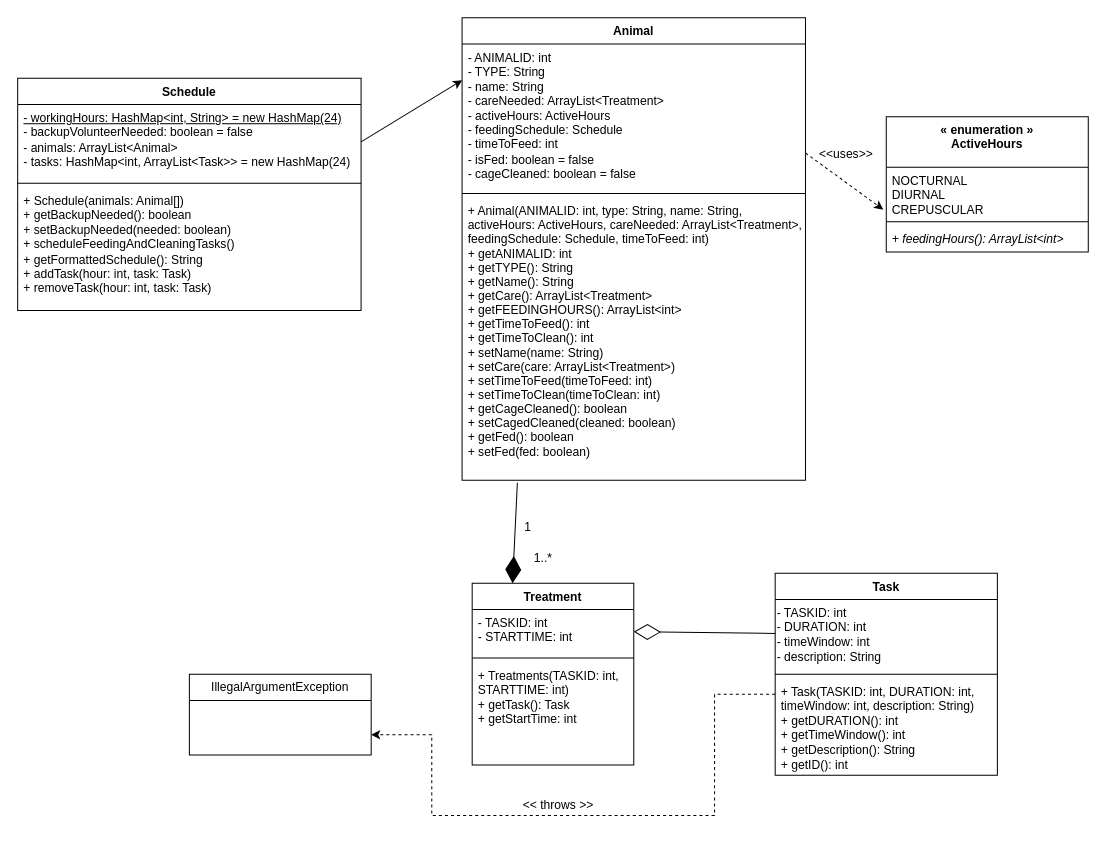
Earlier version of the draw.io diagram 64.drawio (aryan-karadia/Mock-Schedule-Builder). Source tidied: cells renumbered, new cells numbered last; positions are measured from the earlier drawing's top-left corner, leaving out a move shared by most shapes. Both pictures are drawn from the tidied source at 101%, with x=0, y=0 at pixel (17, 17).
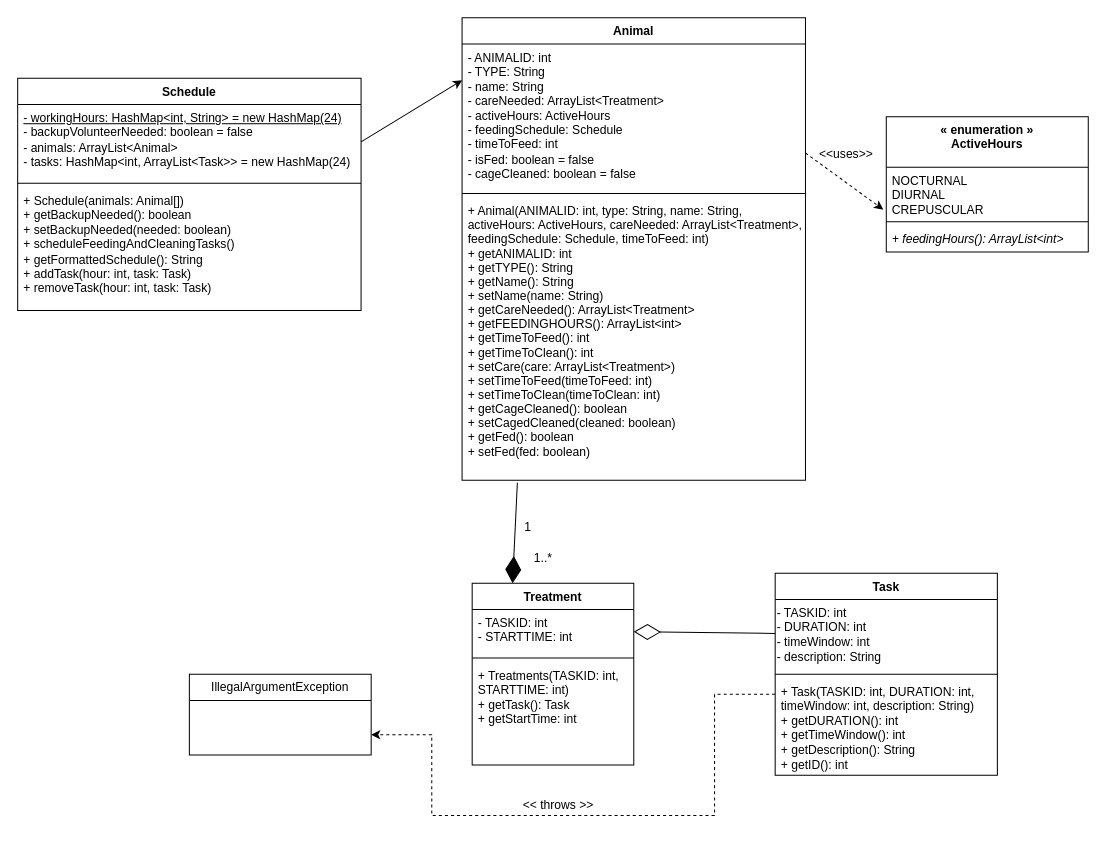
Above is the later version.

Commit message:
Animal Class: Changed getCare(): ArrayList<Treatment> to getCareNeeded(): ArrayList<Treatment>

Unchanged cells that the change refers to:
```xml
<mxCell id="2" value="Animal" style="swimlane;fontStyle=1;align=center;verticalAlign=top;horizontal=1;startSize=26;" parent="1" vertex="1">
  <mxGeometry x="440" width="340" height="458" as="geometry" />
</mxCell>
```

Change to the diagram source:
```diff
@@
-    <mxCell id="5" value="+ Animal(ANIMALID: int, type: String, name: String, &#10;activeHours: ActiveHours, careNeeded: ArrayList&lt;Treatment&gt;, &#10;feedingSchedule: Schedule, timeToFeed: int)&#10;+ getANIMALID: int&#10;+ getTYPE(): String&#10;+ getName(): String&#10;+ getCare(): ArrayList&lt;Treatment&gt;&#10;+ getFEEDINGHOURS(): ArrayList&lt;int&gt;&#10;+ getTimeToFeed(): int&#10;+ getTimeToClean(): int&#10;+ setName(name: String)&#10;+ setCare(care: ArrayList&lt;Treatment&gt;)&#10;+ setTimeToFeed(timeToFeed: int)&#10;+ setTimeToClean(timeToClean: int)&#10;+ getCageCleaned(): boolean&#10;+ setCagedCleaned(cleaned: boolean)&#10;+ getFed(): boolean&#10;+ setFed(fed: boolean)&#10;&#10;" style="text;strokeColor=none;fillColor=none;align=left;verticalAlign=top;spacingLeft=4;spacingRight=4;overflow=hidden;points=[[0,0.5],[1,0.5]];portConstraint=eastwest;" parent="2" vertex="1">
+    <mxCell id="5" value="+ Animal(ANIMALID: int, type: String, name: String, &#10;activeHours: ActiveHours, careNeeded: ArrayList&lt;Treatment&gt;, &#10;feedingSchedule: Schedule, timeToFeed: int)&#10;+ getANIMALID: int&#10;+ getTYPE(): String&#10;+ getName(): String&#10;+ setName(name: String)&#10;+ getCareNeeded(): ArrayList&lt;Treatment&gt;&#10;+ getFEEDINGHOURS(): ArrayList&lt;int&gt;&#10;+ getTimeToFeed(): int&#10;+ getTimeToClean(): int&#10;+ setCare(care: ArrayList&lt;Treatment&gt;)&#10;+ setTimeToFeed(timeToFeed: int)&#10;+ setTimeToClean(timeToClean: int)&#10;+ getCageCleaned(): boolean&#10;+ setCagedCleaned(cleaned: boolean)&#10;+ getFed(): boolean&#10;+ setFed(fed: boolean)&#10;&#10;" style="text;strokeColor=none;fillColor=none;align=left;verticalAlign=top;spacingLeft=4;spacingRight=4;overflow=hidden;points=[[0,0.5],[1,0.5]];portConstraint=eastwest;" parent="2" vertex="1">
       <mxGeometry y="178" width="340" height="280" as="geometry" />
     </mxCell>
```
